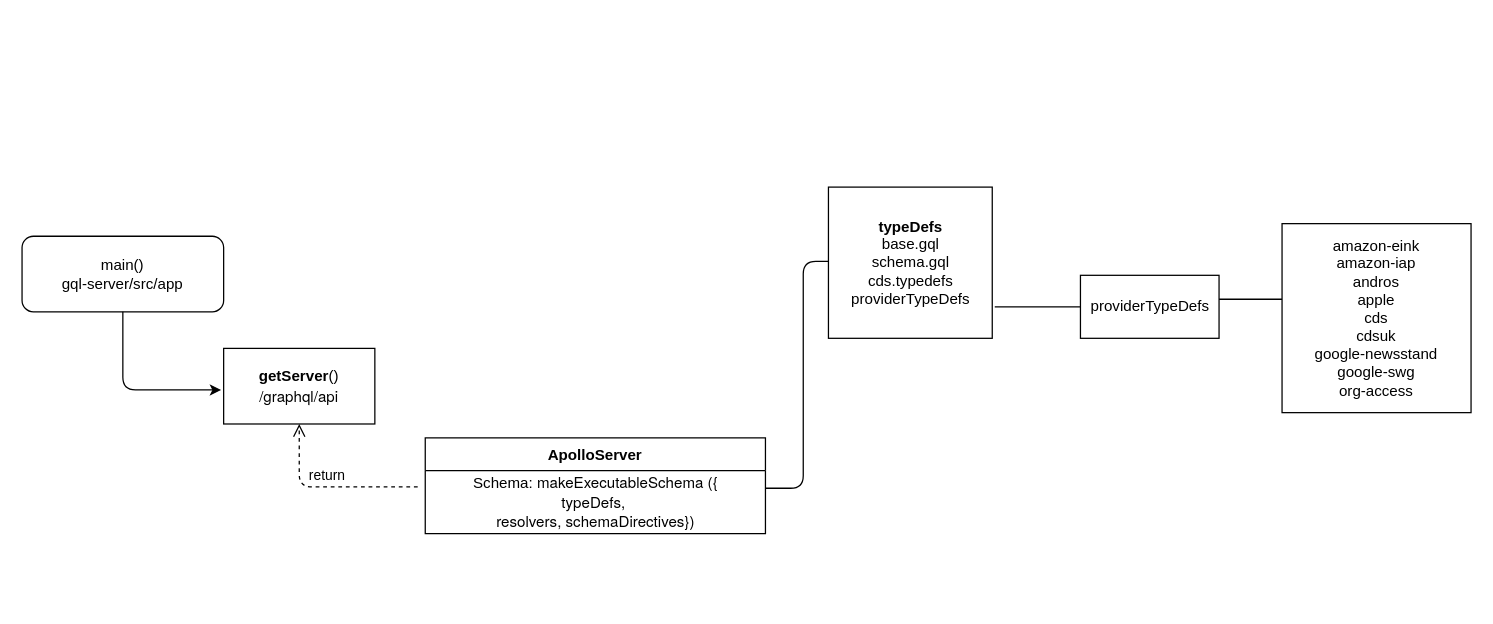
raghukoppal/JS-repo keeps this draw.io diagram as EntitlementsGQL.drawio. Above is the earlier version. Source tidied: cells renumbered, new cells numbered last; positions are measured from the earlier drawing's top-left corner, leaving out a move shared by most shapes. Both pictures are drawn from the tidied source at 126%, with x=0, y=0 at pixel (21, 186).
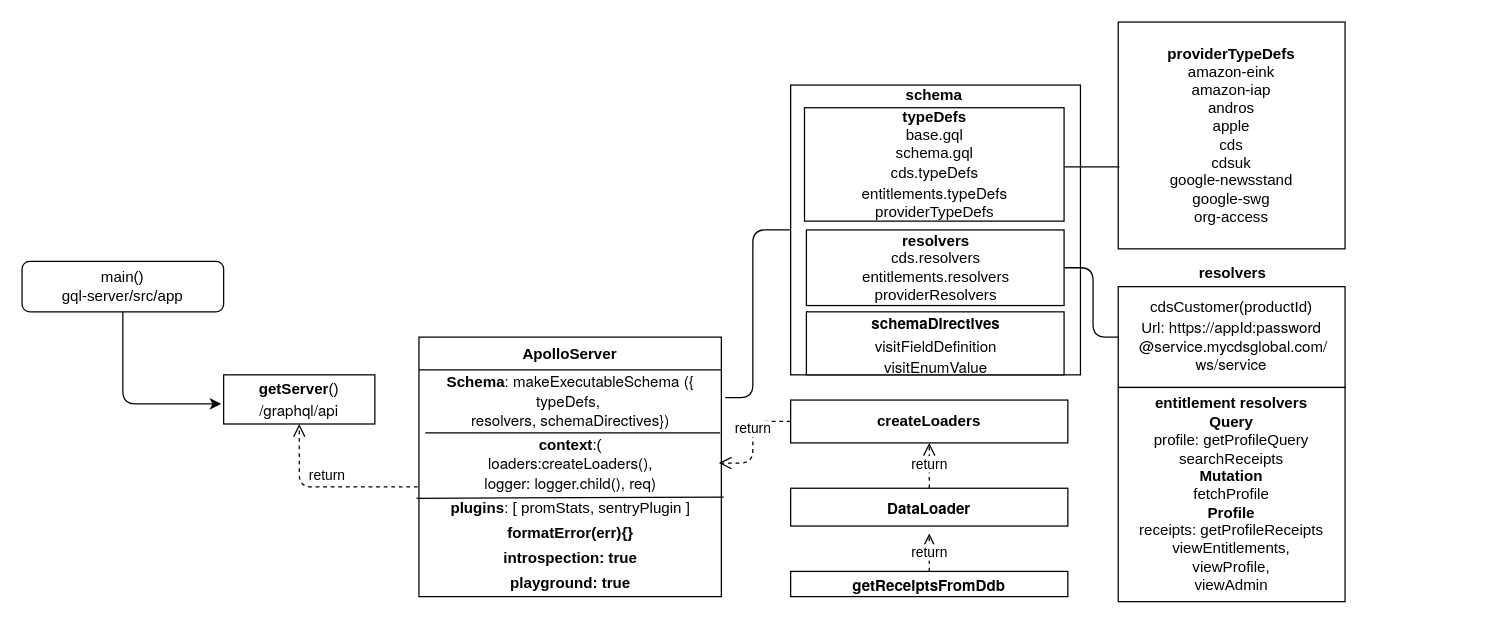
Above is the later version.

The edit, as a diff of the source:
```diff
@@
+    <mxCell id="14" style="whiteSpace=wrap;html=1;" parent="1" vertex="1">
+      <mxGeometry x="610" y="-81" width="230" height="230" as="geometry" />
+    </mxCell>
     <mxCell id="2" value="main()&lt;br&gt;gql-server/src/app" style="rounded=1;whiteSpace=wrap;html=1;" parent="1" vertex="1">
-      <mxGeometry y="39" width="160" height="60" as="geometry" />
+      <mxGeometry y="59" width="160" height="40" as="geometry" />
     </mxCell>
     <mxCell id="3" value="&lt;b&gt;getServer&lt;/b&gt;()&lt;br&gt;&lt;p class=&quot;p1&quot; style=&quot;margin: 0px ; font-stretch: normal ; line-height: normal ; font-family: &amp;#34;helvetica neue&amp;#34;&quot;&gt;/graphql/api&lt;/p&gt;" style="rounded=0;whiteSpace=wrap;html=1;" parent="1" vertex="1">
-      <mxGeometry x="160" y="128" width="120" height="60" as="geometry" />
+      <mxGeometry x="160" y="149" width="120" height="39" as="geometry" />
     </mxCell>
     <mxCell id="4" style="endArrow=classic;html=1;exitX=0.5;exitY=1;exitDx=0;exitDy=0;" parent="1" edge="1" source="2">
       <mxGeometry relative="1" as="geometry">
-        <mxPoint x="158" y="161" as="targetPoint" />
+        <mxPoint x="158" y="172" as="targetPoint" />
         <Array as="points">
-          <mxPoint x="80" y="161" />
+          <mxPoint x="80" y="172" />
         </Array>
       </mxGeometry>
     </mxCell>
@@
     <mxCell id="6" value="ApolloServer" style="swimlane;fontStyle=1;align=center;verticalAlign=top;horizontal=1;startSize=26;" parent="1" vertex="1">
-      <mxGeometry x="320" y="199" width="270" height="76" as="geometry" />
+      <mxGeometry x="315" y="119" width="240" height="206" as="geometry" />
     </mxCell>
-    <mxCell id="7" value="Schema:&amp;nbsp;&lt;span style=&quot;font-family: &amp;#34;helvetica neue&amp;#34;&quot;&gt;makeExecutableSchema ({&lt;br&gt;&lt;/span&gt;&lt;span style=&quot;font-family: &amp;#34;helvetica neue&amp;#34;&quot;&gt;typeDefs,&amp;nbsp;&lt;br&gt;&lt;/span&gt;&lt;span style=&quot;font-family: &amp;#34;helvetica neue&amp;#34;&quot;&gt;resolvers,&lt;/span&gt;&lt;span style=&quot;font-family: &amp;#34;helvetica neue&amp;#34;&quot;&gt;&amp;nbsp;schemaDirectives&lt;/span&gt;&lt;span style=&quot;font-family: &amp;#34;helvetica neue&amp;#34;&quot;&gt;}&lt;/span&gt;&lt;span style=&quot;font-family: &amp;#34;helvetica neue&amp;#34;&quot;&gt;)&lt;/span&gt;" style="text;html=1;align=center;verticalAlign=middle;points=[];strokeColor=none;" parent="6" vertex="1">
-      <mxGeometry y="26" width="270" height="50" as="geometry" />
+    <mxCell id="7" value="&lt;b&gt;Schema&lt;/b&gt;:&amp;nbsp;&lt;span style=&quot;font-family: &amp;#34;helvetica neue&amp;#34;&quot;&gt;makeExecutableSchema ({&lt;br&gt;&lt;/span&gt;&lt;span style=&quot;font-family: &amp;#34;helvetica neue&amp;#34;&quot;&gt;typeDefs,&amp;nbsp;&lt;br&gt;&lt;/span&gt;&lt;span style=&quot;font-family: &amp;#34;helvetica neue&amp;#34;&quot;&gt;resolvers,&lt;/span&gt;&lt;span style=&quot;font-family: &amp;#34;helvetica neue&amp;#34;&quot;&gt;&amp;nbsp;schemaDirectives&lt;/span&gt;&lt;span style=&quot;font-family: &amp;#34;helvetica neue&amp;#34;&quot;&gt;}&lt;/span&gt;&lt;span style=&quot;font-family: &amp;#34;helvetica neue&amp;#34;&quot;&gt;)&lt;/span&gt;" style="text;html=1;align=center;verticalAlign=middle;points=[];strokeColor=none;" parent="6" vertex="1">
+      <mxGeometry y="26" width="240" height="50" as="geometry" />
     </mxCell>
+    <mxCell id="15" style="endArrow=none;html=1;entryX=0.996;entryY=0;entryDx=0;entryDy=0;entryPerimeter=0;exitX=0.021;exitY=0;exitDx=0;exitDy=0;exitPerimeter=0;" parent="6" edge="1" source="16" target="16">
+      <mxGeometry relative="1" as="geometry" />
+    </mxCell>
+    <mxCell id="16" value="&lt;b&gt;context&lt;/b&gt;:(&lt;br&gt;&lt;font face=&quot;helvetica neue&quot;&gt;loaders:createLoaders(), &lt;br&gt;logger: logger.child(), req)&lt;/font&gt;" style="text;html=1;align=center;verticalAlign=middle;points=[];strokeColor=none;" parent="6" vertex="1">
+      <mxGeometry y="76" width="240" height="50" as="geometry" />
+    </mxCell>
+    <mxCell id="17" style="endArrow=none;html=1;entryX=1.008;entryY=-0.25;entryDx=0;entryDy=0;entryPerimeter=0;exitX=-0.008;exitY=-0.2;exitDx=0;exitDy=0;exitPerimeter=0;" parent="6" edge="1">
+      <mxGeometry relative="1" as="geometry">
+        <mxPoint x="-1.9" y="128" as="sourcePoint" />
+        <mxPoint x="241.9" y="127" as="targetPoint" />
+      </mxGeometry>
+    </mxCell>
+    <mxCell id="18" value="&lt;b&gt;plugins&lt;/b&gt;: [ promStats, sentryPlugin ]" style="text;html=1;align=center;verticalAlign=middle;strokeColor=none;" parent="6" vertex="1">
+      <mxGeometry y="126" width="240" height="20" as="geometry" />
+    </mxCell>
+    <mxCell id="19" value="&lt;b&gt;formatError(err){}&lt;/b&gt;" style="text;html=1;align=center;verticalAlign=middle;strokeColor=none;" parent="6" vertex="1">
+      <mxGeometry y="146" width="240" height="20" as="geometry" />
+    </mxCell>
+    <mxCell id="20" value="&lt;b&gt;introspection: true&lt;/b&gt;" style="text;html=1;align=center;verticalAlign=middle;strokeColor=none;" parent="6" vertex="1">
+      <mxGeometry y="166" width="240" height="20" as="geometry" />
+    </mxCell>
+    <mxCell id="21" value="&lt;b&gt;playground: true&lt;/b&gt;" style="text;html=1;align=center;verticalAlign=middle;strokeColor=none;" parent="6" vertex="1">
+      <mxGeometry y="186" width="240" height="20" as="geometry" />
+    </mxCell>
-    <mxCell id="8" value="&lt;b&gt;typeDefs&lt;/b&gt;&lt;br&gt;base.gql&lt;br&gt;schema.gql&lt;br&gt;cds.typedefs&lt;br&gt;providerTypeDefs" style="html=1;" parent="1" vertex="1">
-      <mxGeometry x="640" width="130" height="120" as="geometry" />
+    <mxCell id="8" value="&lt;b&gt;typeDefs&lt;/b&gt;&lt;br&gt;base.gql&lt;br&gt;schema.gql&lt;br&gt;cds.&lt;span style=&quot;font-family: &amp;#34;helvetica neue&amp;#34;&quot;&gt;typeDefs&lt;br&gt;&lt;/span&gt;&lt;p class=&quot;p1&quot; style=&quot;margin: 0px ; font-stretch: normal ; line-height: normal ; font-family: &amp;#34;helvetica neue&amp;#34;&quot;&gt;entitlements.&lt;span&gt;typeDefs&lt;/span&gt;&lt;/p&gt;providerTypeDefs" style="html=1;" parent="1" vertex="1">
+      <mxGeometry x="621" y="-63" width="206" height="90" as="geometry" />
     </mxCell>
-    <mxCell id="9" style="endArrow=none;html=1;" parent="1" edge="1">
-      <mxGeometry relative="1" as="geometry">
-        <mxPoint x="590" y="239" as="sourcePoint" />
-        <mxPoint x="640" y="59" as="targetPoint" />
-        <Array as="points">
-          <mxPoint x="620" y="239" />
-          <mxPoint x="620" y="59" />
-        </Array>
-      </mxGeometry>
-    </mxCell>
-    <mxCell id="10" value="providerTypeDefs" style="html=1;" parent="1" vertex="1">
-      <mxGeometry x="840" y="70" width="110" height="50" as="geometry" />
-    </mxCell>
-    <mxCell id="11" style="endArrow=none;html=1;entryX=0;entryY=0.5;entryDx=0;entryDy=0;" parent="1" edge="1" target="10">
-      <mxGeometry relative="1" as="geometry">
-        <mxPoint x="772" y="95" as="sourcePoint" />
-      </mxGeometry>
-    </mxCell>
-    <mxCell id="12" value="amazon-eink&lt;br&gt;amazon-iap&lt;br&gt;andros&lt;br&gt;apple&lt;br&gt;cds&lt;br&gt;cdsuk&lt;br&gt;google-newsstand&lt;br&gt;google-swg&lt;br&gt;org-access" style="whiteSpace=wrap;html=1;" parent="1" vertex="1">
-      <mxGeometry x="1000" y="29" width="150" height="150" as="geometry" />
+    <mxCell id="12" value="&lt;b&gt;providerTypeDefs&lt;/b&gt;&lt;br&gt;amazon-eink&lt;br&gt;amazon-iap&lt;br&gt;andros&lt;br&gt;apple&lt;br&gt;cds&lt;br&gt;cdsuk&lt;br&gt;google-newsstand&lt;br&gt;google-swg&lt;br&gt;org-access" style="whiteSpace=wrap;html=1;" parent="1" vertex="1">
+      <mxGeometry x="870" y="-131" width="180" height="180" as="geometry" />
     </mxCell>
-    <mxCell id="13" style="endArrow=none;html=1;entryX=0;entryY=0.4;entryDx=0;entryDy=0;entryPerimeter=0;" parent="1" edge="1" target="12">
-      <mxGeometry relative="1" as="geometry">
-        <mxPoint x="950" y="89" as="sourcePoint" />
-      </mxGeometry>
-    </mxCell>
+    <mxCell id="22" value="&lt;b&gt;resolvers&lt;/b&gt;&lt;br&gt;cds.resolvers&lt;br&gt;entitlements.resolvers&lt;br&gt;providerResolvers" style="rounded=0;whiteSpace=wrap;html=1;" parent="1" vertex="1">
+      <mxGeometry x="622.5" y="34" width="204.5" height="60" as="geometry" />
+    </mxCell>
+    <mxCell id="23" value="cdsCustomer(productId)&lt;br&gt;Url:&amp;nbsp;&lt;span style=&quot;font-family: &amp;#34;helvetica neue&amp;#34;&quot;&gt;https://appId:password&lt;br&gt;&amp;nbsp;@service.mycdsglobal.com/&lt;br&gt;ws/service&lt;/span&gt;" style="rounded=0;whiteSpace=wrap;html=1;" parent="1" vertex="1">
+      <mxGeometry x="870" y="79" width="180" height="80" as="geometry" />
+    </mxCell>
+    <mxCell id="24" value="&lt;b&gt;entitlement resolvers&lt;br&gt;Query&lt;/b&gt;&lt;br&gt;profile: getProfileQuery&lt;br&gt;searchReceipts&lt;br&gt;&lt;b&gt;Mutation&lt;/b&gt;&lt;br&gt;fetchProfile&lt;br&gt;&lt;b&gt;Profile&lt;/b&gt;&lt;br&gt;receipts: getProfileReceipts&lt;br&gt;viewEntitlements,&lt;br&gt;viewProfile,&lt;br&gt;viewAdmin" style="rounded=0;whiteSpace=wrap;html=1;" parent="1" vertex="1">
+      <mxGeometry x="870" y="159" width="180" height="170" as="geometry" />
+    </mxCell>
+    <mxCell id="25" value="&lt;p class=&quot;p1&quot; style=&quot;margin: 0px ; font-stretch: normal ; line-height: normal ; font-family: &amp;#34;helvetica neue&amp;#34;&quot;&gt;&lt;b&gt;schemaDirectives&lt;/b&gt;&lt;br&gt;visitFieldDefinition&lt;br&gt;&lt;/p&gt;&lt;p class=&quot;p1&quot; style=&quot;margin: 0px ; font-stretch: normal ; line-height: normal ; font-family: &amp;#34;helvetica neue&amp;#34;&quot;&gt;visitEnumValue&lt;/p&gt;" style="rounded=0;whiteSpace=wrap;html=1;" parent="1" vertex="1">
+      <mxGeometry x="622.5" y="99" width="204.5" height="50" as="geometry" />
+    </mxCell>
+    <mxCell id="26" style="endArrow=none;html=1;exitX=1;exitY=0.5;exitDx=0;exitDy=0;" parent="1" edge="1">
+      <mxGeometry relative="1" as="geometry">
+        <mxPoint x="827" y="-16" as="sourcePoint" />
+        <mxPoint x="871" y="-16" as="targetPoint" />
+      </mxGeometry>
+    </mxCell>
+    <mxCell id="27" value="&lt;b&gt;schema&lt;/b&gt;" style="text;html=1;strokeColor=none;fillColor=none;align=center;verticalAlign=middle;whiteSpace=wrap;rounded=0;" parent="1" vertex="1">
+      <mxGeometry x="704" y="-83" width="40" height="20" as="geometry" />
+    </mxCell>
+    <mxCell id="28" style="endArrow=none;html=1;entryX=0;entryY=0.5;entryDx=0;entryDy=0;exitX=1.013;exitY=0.44;exitDx=0;exitDy=0;exitPerimeter=0;" parent="1" edge="1" source="7" target="14">
+      <mxGeometry relative="1" as="geometry">
+        <Array as="points">
+          <mxPoint x="580" y="167" />
+          <mxPoint x="580" y="34" />
+        </Array>
+      </mxGeometry>
+    </mxCell>
+    <mxCell id="29" value="&lt;b&gt;resolvers&lt;/b&gt;" style="text;html=1;strokeColor=none;fillColor=none;align=center;verticalAlign=middle;whiteSpace=wrap;rounded=0;" parent="1" vertex="1">
+      <mxGeometry x="941" y="59" width="40" height="20" as="geometry" />
+    </mxCell>
+    <mxCell id="30" style="endArrow=none;html=1;entryX=0;entryY=0.5;entryDx=0;entryDy=0;exitX=1;exitY=0.5;exitDx=0;exitDy=0;" parent="1" edge="1" source="22" target="23">
+      <mxGeometry relative="1" as="geometry">
+        <Array as="points">
+          <mxPoint x="850" y="64" />
+          <mxPoint x="850" y="119" />
+        </Array>
+      </mxGeometry>
+    </mxCell>
+    <mxCell id="31" value="&lt;b&gt;createLoaders&lt;/b&gt;" style="rounded=0;whiteSpace=wrap;html=1;" parent="1" vertex="1">
+      <mxGeometry x="610" y="169" width="220" height="34" as="geometry" />
+    </mxCell>
+    <mxCell id="32" value="return" style="html=1;verticalAlign=bottom;endArrow=open;dashed=1;endSize=8;exitX=0;exitY=0.5;exitDx=0;exitDy=0;" parent="1" edge="1" source="31">
+      <mxGeometry relative="1" as="geometry">
+        <mxPoint x="553" y="219" as="targetPoint" />
+        <Array as="points">
+          <mxPoint x="580" y="186" />
+          <mxPoint x="580" y="219" />
+        </Array>
+      </mxGeometry>
+    </mxCell>
+    <mxCell id="33" value="&lt;p class=&quot;p1&quot; style=&quot;margin: 0px ; font-stretch: normal ; line-height: normal ; font-family: &amp;#34;helvetica neue&amp;#34;&quot;&gt;&lt;span class=&quot;s1&quot;&gt;&lt;b&gt;DataLoader&lt;/b&gt;&lt;/span&gt;&lt;/p&gt;" style="rounded=0;whiteSpace=wrap;html=1;" parent="1" vertex="1">
+      <mxGeometry x="610" y="239" width="220" height="30" as="geometry" />
+    </mxCell>
+    <mxCell id="34" value="&lt;p class=&quot;p1&quot; style=&quot;margin: 0px ; font-stretch: normal ; line-height: normal ; font-family: &amp;#34;helvetica neue&amp;#34;&quot;&gt;&lt;b&gt;getReceiptsFromDdb&lt;/b&gt;&lt;/p&gt;" style="rounded=0;whiteSpace=wrap;html=1;" parent="1" vertex="1">
+      <mxGeometry x="610" y="305" width="220" height="20" as="geometry" />
+    </mxCell>
+    <mxCell id="35" value="return" style="html=1;verticalAlign=bottom;endArrow=open;dashed=1;endSize=8;entryX=0.5;entryY=1;entryDx=0;entryDy=0;exitX=0.5;exitY=0;exitDx=0;exitDy=0;" parent="1" edge="1" source="33" target="31">
+      <mxGeometry x="-0.44" relative="1" as="geometry" />
+    </mxCell>
+    <mxCell id="36" value="return" style="html=1;verticalAlign=bottom;endArrow=open;dashed=1;endSize=8;entryX=0.5;entryY=1;entryDx=0;entryDy=0;" parent="1" edge="1">
+      <mxGeometry x="-0.6" relative="1" as="geometry">
+        <mxPoint x="720" y="305" as="sourcePoint" />
+        <mxPoint x="720" y="275" as="targetPoint" />
+      </mxGeometry>
+    </mxCell>
```
